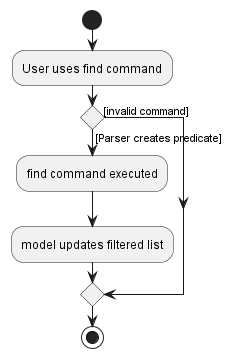
Before: docs/images/FindActivityDiagram.png, a diagram exported from PlantUML (nus-cs2103-AY2223S2/tp).
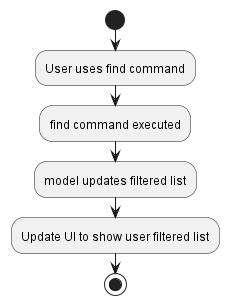
After the commit.

What changed in the source:
```diff
@@ -3,10 +3,8 @@
 :User uses find command;
 
 
-if () then ([Parser creates predicate])
-    :find command executed;
-    :model updates filtered list;
-else ([invalid command])
-endif
+:find command executed;
+:model updates filtered list;
+:Update UI to show user filtered list;
 stop
 @enduml
```
